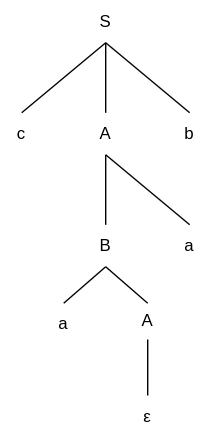
The draw.io diagram Универ/ТАиФЯ/Лабы/№1/svg/diagram 1.svg in Xoggas/university-obsidian, before a commit. Source tidied: cells renumbered, new cells last; positions are measured from the earlier drawing's top-left corner, leaving out a move shared by most shapes.
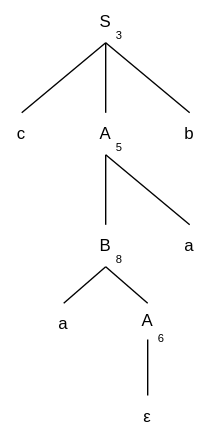
After the change.

What changed in the source:
```diff
@@ -53,5 +53,17 @@
     <mxCell id="18" value="a" style="text;html=1;align=center;verticalAlign=middle;whiteSpace=wrap;rounded=0;" parent="1" vertex="1">
       <mxGeometry x="120" y="160" width="30" height="30" as="geometry" />
     </mxCell>
+    <mxCell id="19" value="3" style="text;html=1;align=center;verticalAlign=middle;whiteSpace=wrap;rounded=0;fontSize=8;" parent="1" vertex="1">
+      <mxGeometry x="80" y="20" width="10" height="10" as="geometry" />
+    </mxCell>
+    <mxCell id="20" value="5" style="text;html=1;align=center;verticalAlign=middle;whiteSpace=wrap;rounded=0;fontSize=8;" parent="1" vertex="1">
+      <mxGeometry x="80" y="100" width="10" height="10" as="geometry" />
+    </mxCell>
+    <mxCell id="21" value="8" style="text;html=1;align=center;verticalAlign=middle;whiteSpace=wrap;rounded=0;fontSize=8;" parent="1" vertex="1">
+      <mxGeometry x="80" y="180" width="10" height="10" as="geometry" />
+    </mxCell>
+    <mxCell id="22" value="6" style="text;html=1;align=center;verticalAlign=middle;whiteSpace=wrap;rounded=0;fontSize=8;" parent="1" vertex="1">
+      <mxGeometry x="110" y="236" width="10" height="10" as="geometry" />
+    </mxCell>
   </root>
 </mxGraphModel>
```
